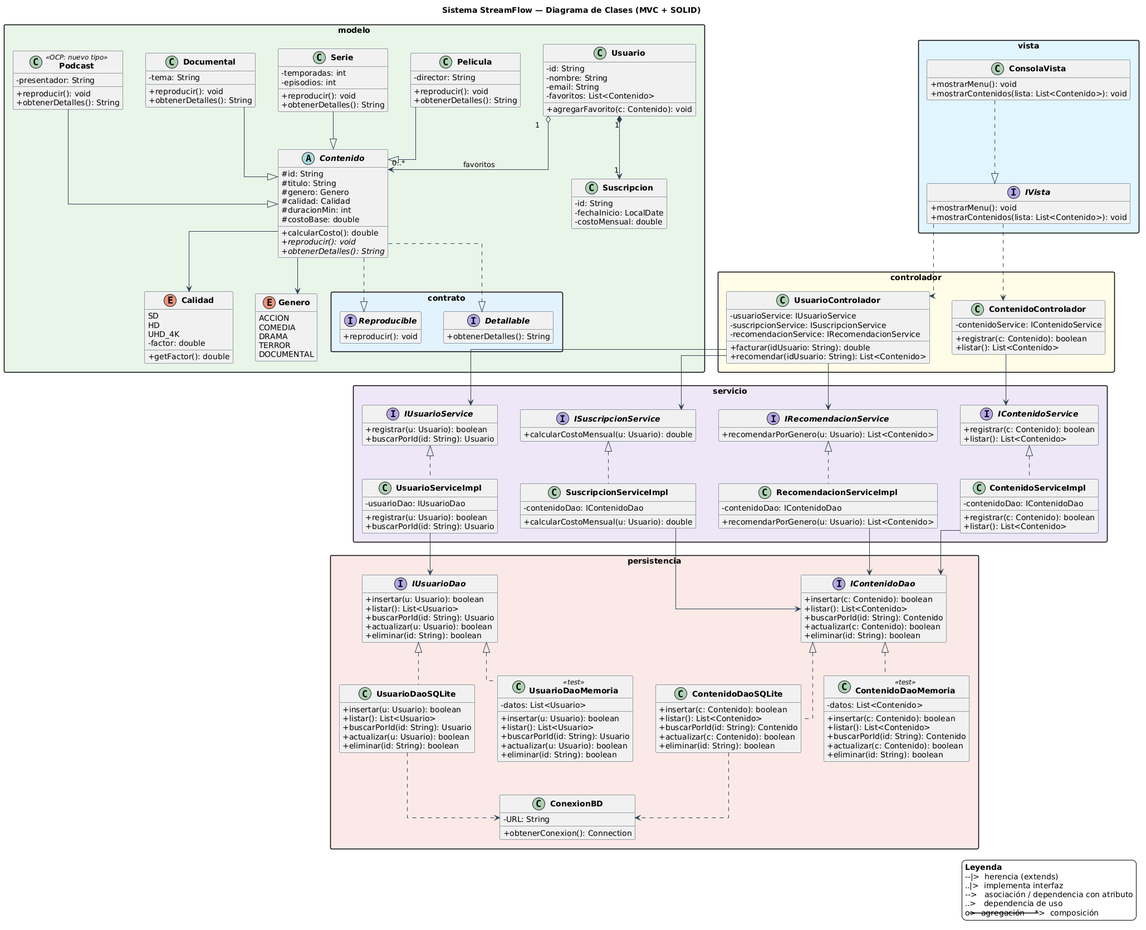
Above: docs/uml/streamflow_uml.png in PabloOchoa-maker/ProyectoBimestral2B (PlantUML), before the change.
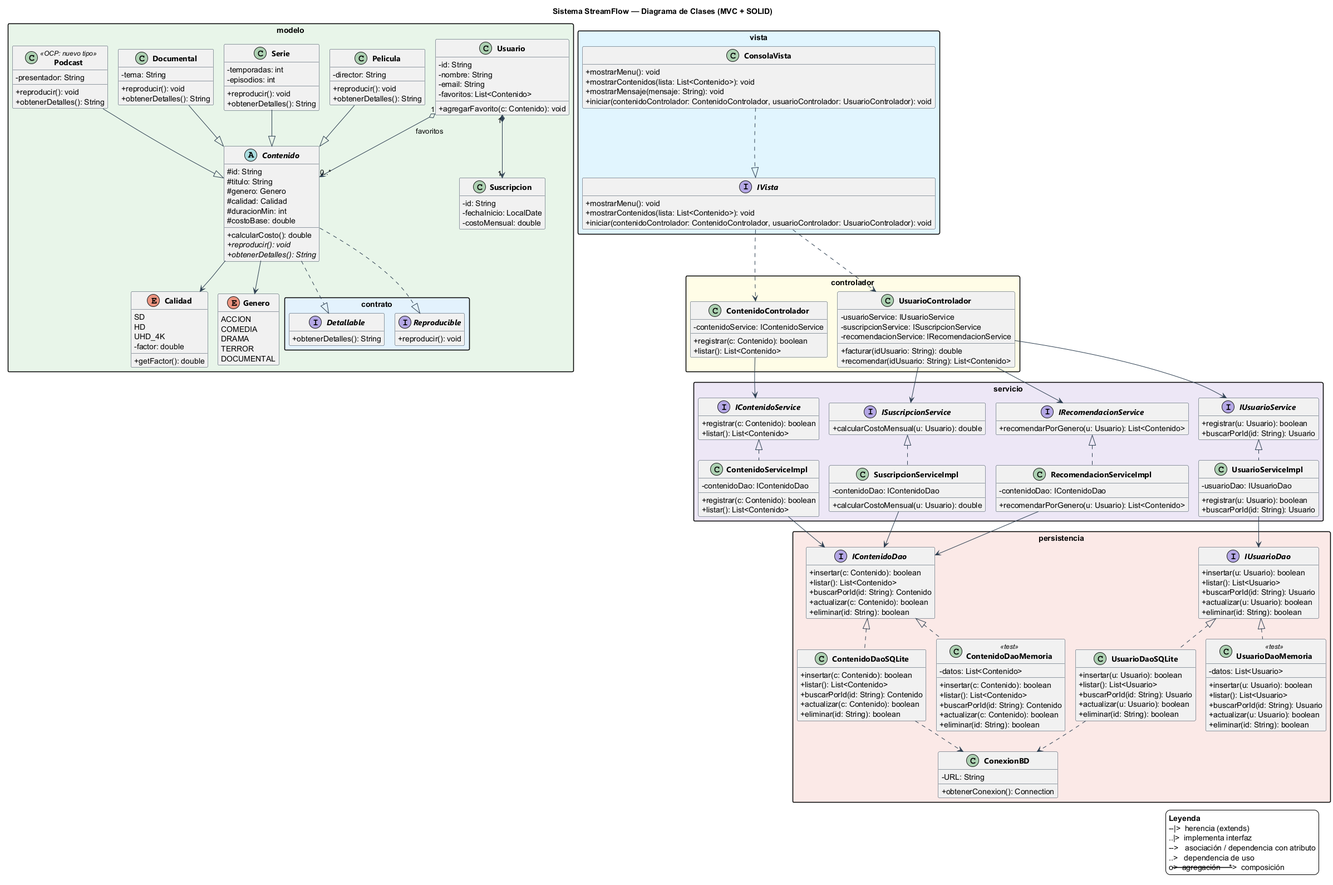
The same file after the commit.

What changed in the source:
```diff
@@ -1,4 +1,5 @@
 @startuml streamflow_uml
+!pragma layout smetana
 title Sistema StreamFlow — Diagrama de Clases (MVC + SOLID)
 
 skinparam backgroundColor #FFFFFF
@@ -113,11 +114,14 @@
     class ConsolaVista {
         +mostrarMenu(): void
         +mostrarContenidos(lista: List<Contenido>): void
+        +mostrarMensaje(mensaje: String): void
+        +iniciar(contenidoControlador: ContenidoControlador, usuarioControlador: UsuarioControlador): void
     }
 
     interface IVista {
         +mostrarMenu(): void
         +mostrarContenidos(lista: List<Contenido>): void
+        +iniciar(contenidoControlador: ContenidoControlador, usuarioControlador: UsuarioControlador): void
     }
 
     ConsolaVista ..|> IVista
```
